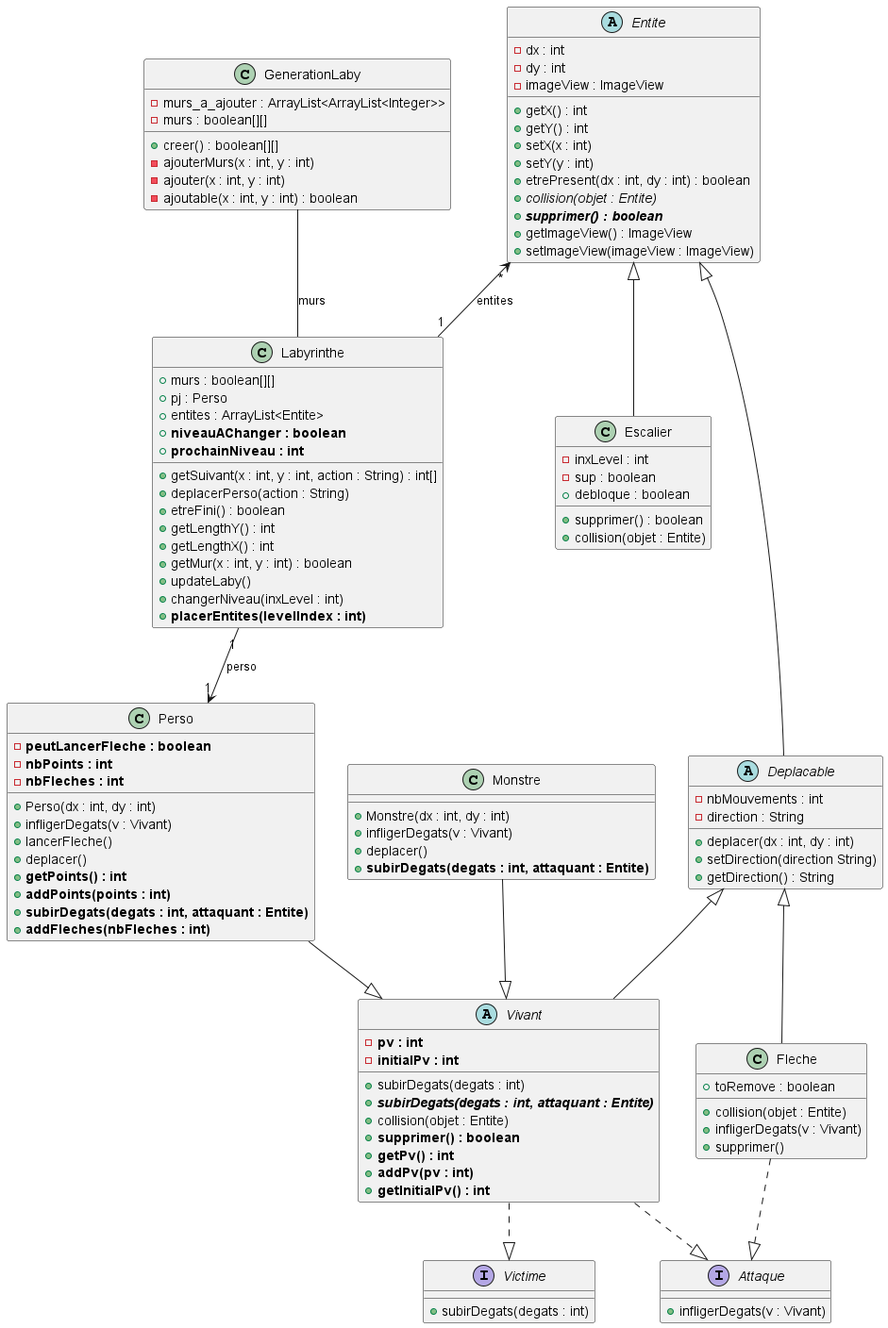
The PlantUML diagram documents/version_4/diag_classe_v4_final.png in remi-choffat/2024_Zeldiablo_remi-choffat_Cesareuh_katrinltvnv, before a commit.
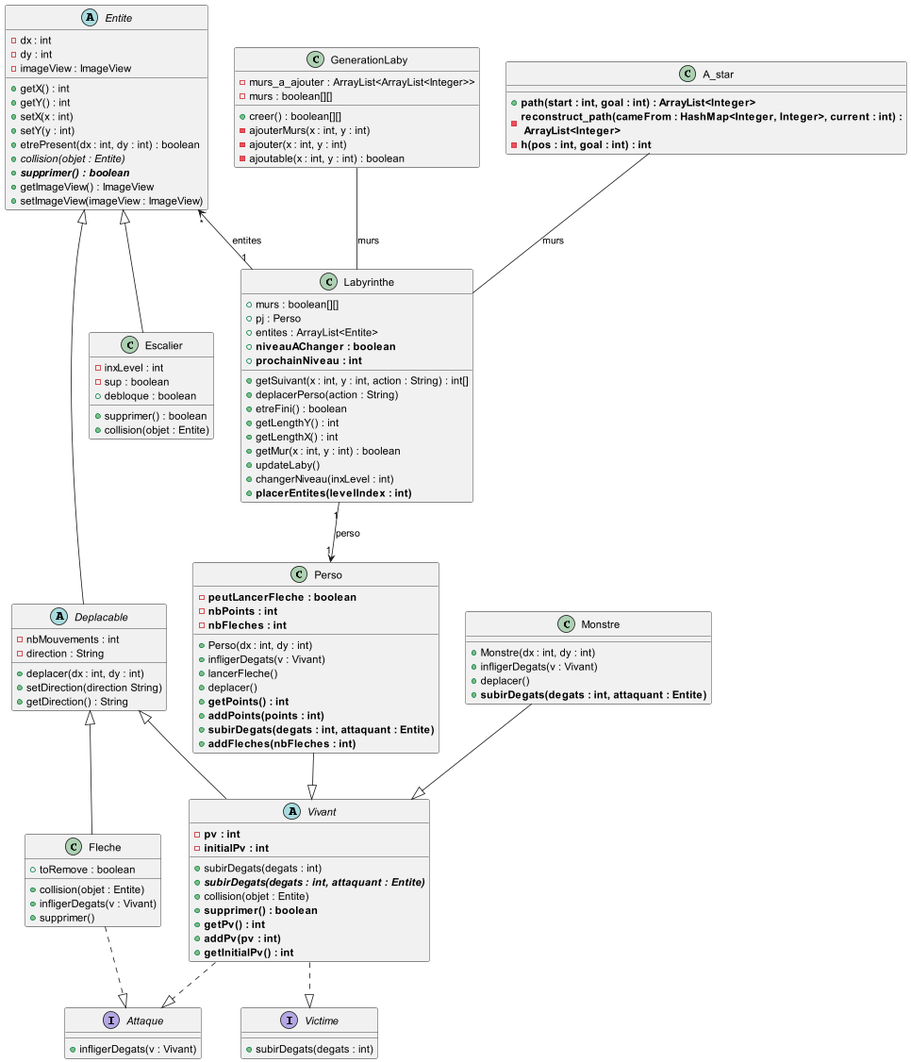
The same file after the commit.

Commit message:
Modification placerEntites() et Diagramme

Change to the diagram source:
```diff
@@ -105,6 +105,12 @@
 -ajoutable(x : int, y : int) : boolean
 }
 
+class A_star{
++<b>path(start : int, goal : int) : ArrayList<Integer></b>
+-<b>reconstruct_path(cameFrom : HashMap<Integer, Integer>, current : int) :</b>\n <b>ArrayList<Integer></b>
+-<b>h(pos : int, goal : int) : int</b>
+}
+
 Entite <|-- Deplacable
 Deplacable <|-- Fleche
 Deplacable <|-- Vivant
@@ -117,4 +123,5 @@
 Entite "*" <-- "1" Labyrinthe : entites
 Labyrinthe "1" --> "1" Perso : perso
 GenerationLaby -- Labyrinthe : murs
+A_star -- Labyrinthe : murs
 @enduml
```
